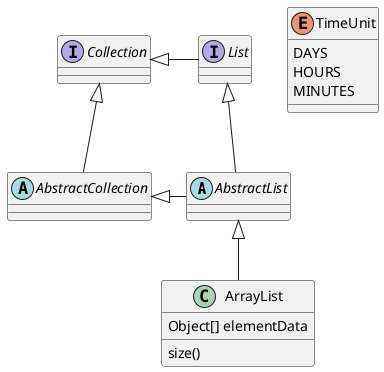
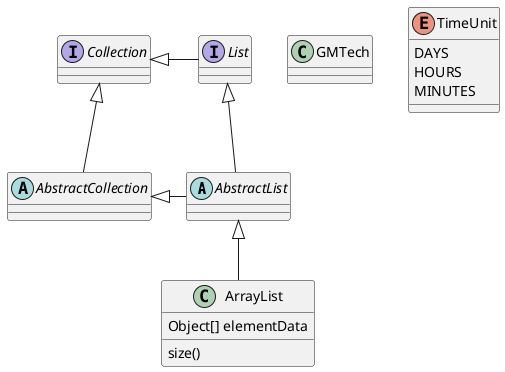
@startuml
'https://plantuml.com/class-diagram

abstract class AbstractList
abstract AbstractCollection
interface List
interface Collection

List <|-- AbstractList
Collection <|-- AbstractCollection

Collection <|- List
AbstractCollection <|- AbstractList
AbstractList <|-- ArrayList

class ArrayList {
Object[] elementData
size()
}
+ class GMTech {

+ }
enum TimeUnit {
DAYS
HOURS
MINUTES
}

@enduml